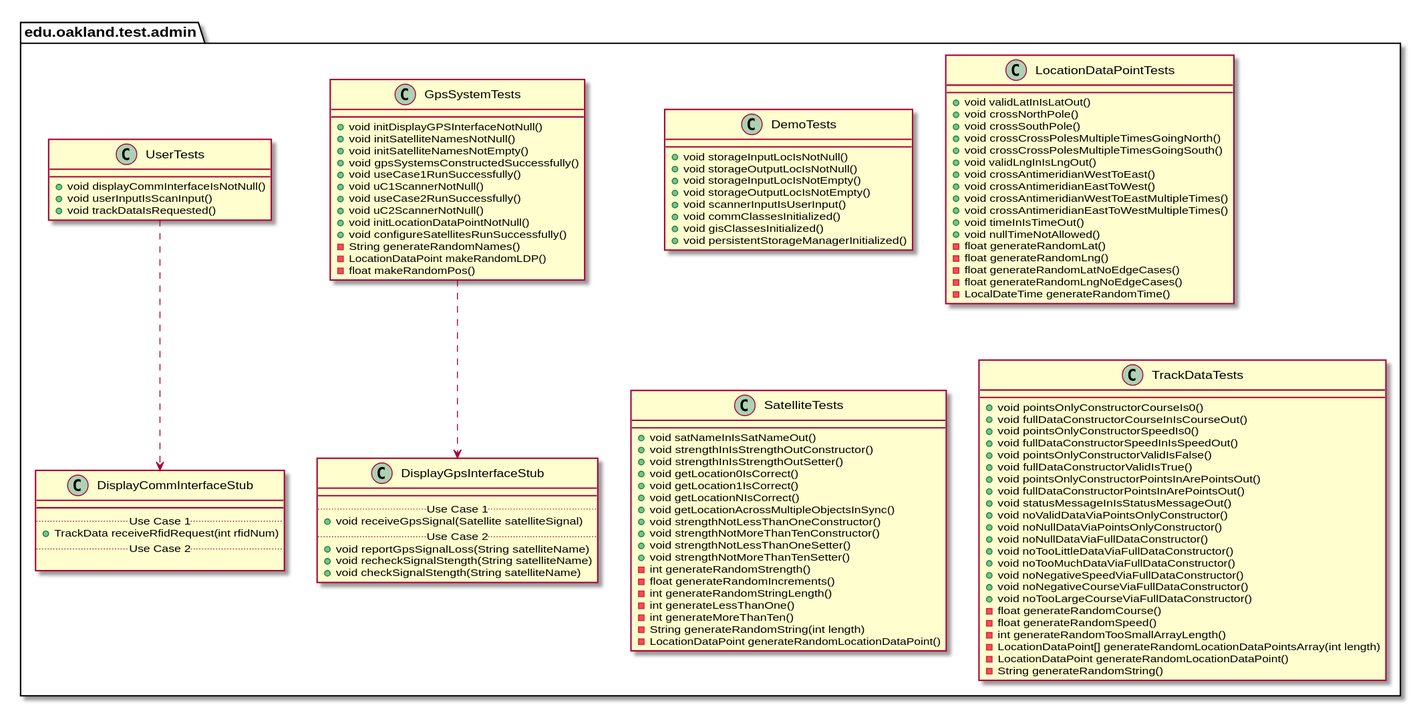
Before: docs/uml-class-diagrams/admin/test/AdminTestPackage_InternalDependencies.svg, a diagram exported from PlantUML (andrewdimmer/csi-3370-software-project).
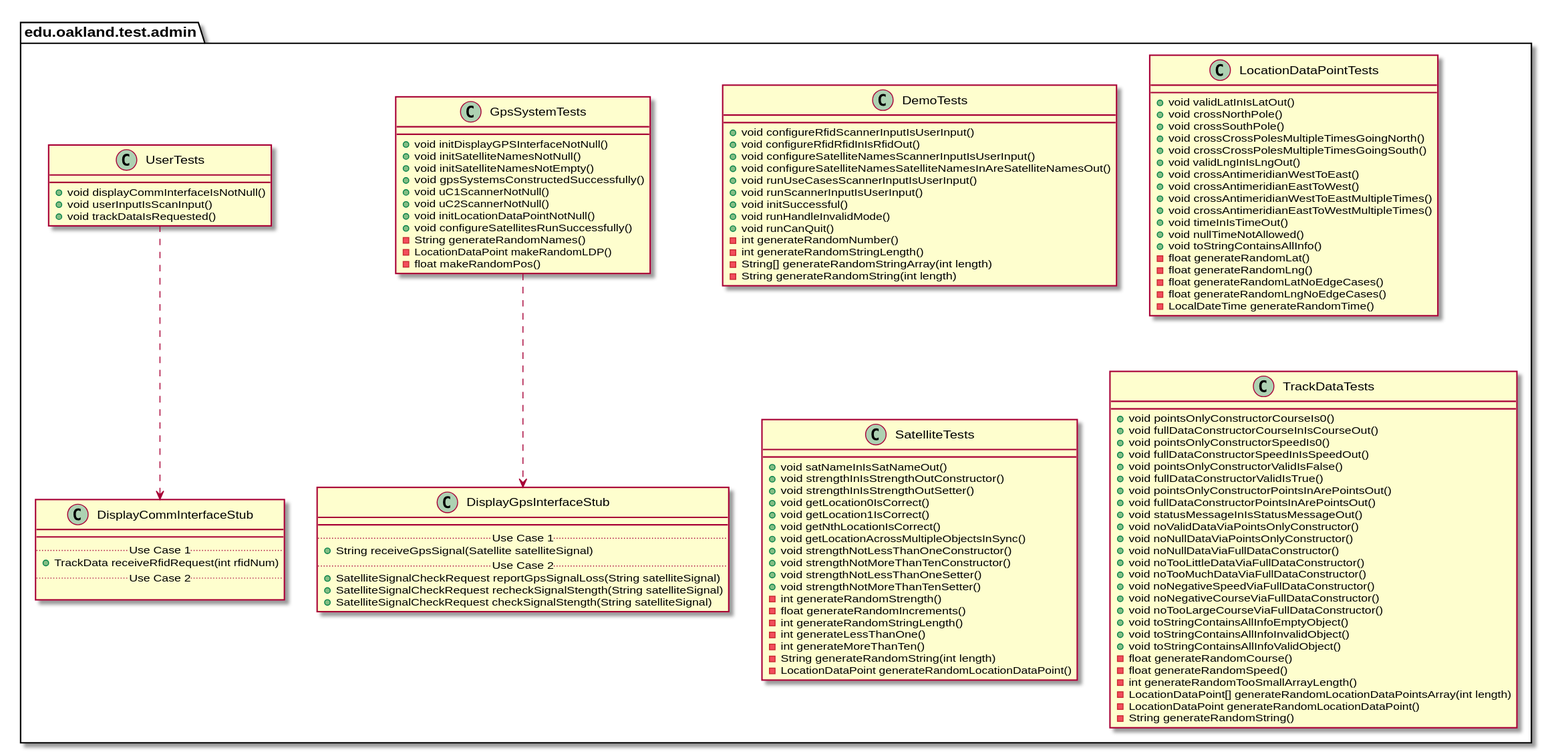
Later version of the same file.

Change to the diagram source:
```diff
@@ -7,14 +7,19 @@
 
 package edu.oakland.test.admin {
     class DemoTests {
-        + void storageInputLocIsNotNull()
-        + void storageOutputLocIsNotNull()
-        + void storageInputLocIsNotEmpty()
-        + void storageOutputLocIsNotEmpty()
-        + void scannerInputIsUserInput()
-        + void commClassesInitialized()
-        + void gisClassesInitialized()
-        + void persistentStorageManagerInitialized()
+        + void configureRfidScannerInputIsUserInput()
+        + void configureRfidRfidInIsRfidOut()
+        + void configureSatelliteNamesScannerInputIsUserInput()
+        + void configureSatelliteNamesSatelliteNamesInAreSatelliteNamesOut()
+        + void runUseCasesScannerInputIsUserInput()
+        + void runScannerInputIsUserInput()
+        + void initSuccessful()
+        + void runHandleInvalidMode()
+        + void runCanQuit()
+        - int generateRandomNumber()
+        - int generateRandomStringLength()
+        - String[] generateRandomStringArray(int length)
+        - String generateRandomString(int length)
     }
 }
 
@@ -25,9 +30,7 @@
         + void initSatelliteNamesNotNull()
         + void initSatelliteNamesNotEmpty()
         + void gpsSystemsConstructedSuccessfully()
-        + void useCase1RunSuccessfully()
         + void uC1ScannerNotNull()
-        + void useCase2RunSuccessfully()
         + void uC2ScannerNotNull()
         + void initLocationDataPointNotNull()
         + void configureSatellitesRunSuccessfully()
@@ -43,11 +46,11 @@
     class DisplayGpsInterfaceStub {
         __
         .. Use Case 1 ..
-        + void receiveGpsSignal(Satellite satelliteSignal)
+        + String receiveGpsSignal(Satellite satelliteSignal)
         .. Use Case 2 ..
-        + void reportGpsSignalLoss(String satelliteName)
-        + void recheckSignalStength(String satelliteName)
-        + void checkSignalStength(String satelliteName)
+        + SatelliteSignalCheckRequest reportGpsSignalLoss(String satelliteSignal)
+        + SatelliteSignalCheckRequest recheckSignalStength(String satelliteSignal)
+        + SatelliteSignalCheckRequest checkSignalStength(String satelliteSignal)
     }
 }
 
@@ -89,6 +92,7 @@
         + void crossAntimeridianEastToWestMultipleTimes()
         + void timeInIsTimeOut()
         + void nullTimeNotAllowed()
+        + void toStringContainsAllInfo()
         - float generateRandomLat()
         - float generateRandomLng()
         - float generateRandomLatNoEdgeCases()
@@ -105,7 +109,7 @@
        + void strengthInIsStrengthOutSetter()
        + void getLocation0IsCorrect()
        + void getLocation1IsCorrect()
-       + void getLocationNIsCorrect()
+       + void getNthLocationIsCorrect()
        + void getLocationAcrossMultipleObjectsInSync()
        + void strengthNotLessThanOneConstructor()
        + void strengthNotMoreThanTenConstructor()
@@ -141,6 +145,9 @@
         + void noNegativeSpeedViaFullDataConstructor()
         + void noNegativeCourseViaFullDataConstructor()
         + void noTooLargeCourseViaFullDataConstructor()
+        + void toStringContainsAllInfoEmptyObject()
+        + void toStringContainsAllInfoInvalidObject()
+        + void toStringContainsAllInfoValidObject()
         - float generateRandomCourse()
         - float generateRandomSpeed()
         - int generateRandomTooSmallArrayLength()
```
